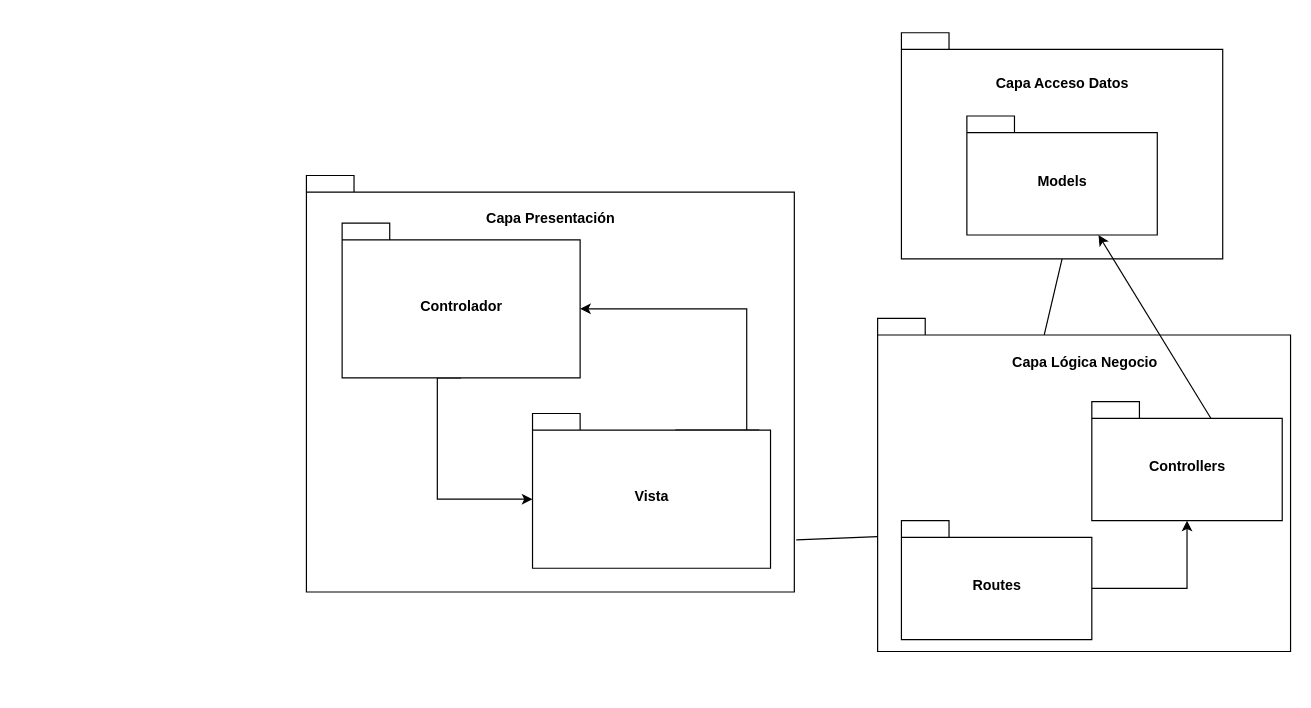
This is Diagrams and Mockups/arquitectura.drawio from Jhonathan97/Proyecto_Auditoria, a draw.io file, before an edit. Source tidied: cells renumbered, new cells numbered last; positions are measured from the earlier drawing's top-left corner, leaving out a move shared by most shapes. Both pictures are drawn from the tidied source at 119%, with x=0, y=0 at pixel (306, 32).
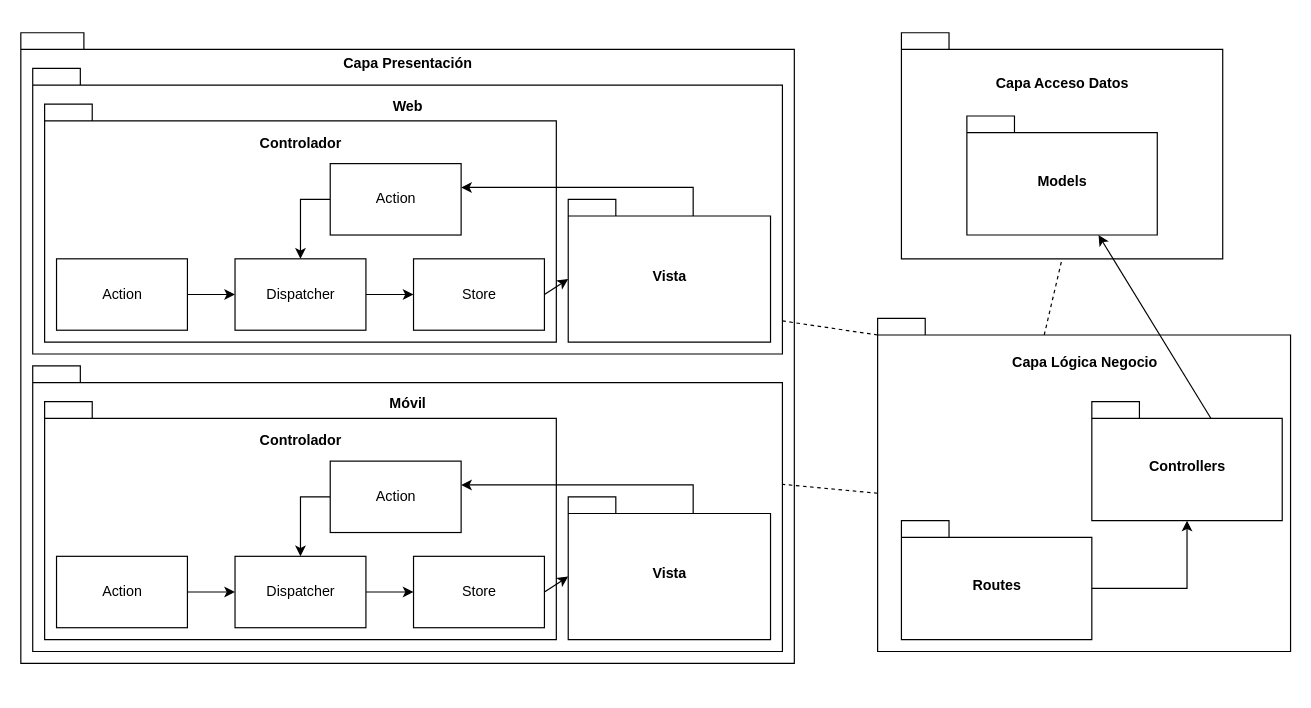
After the change.

The change refers to these unchanged cells:
```xml
<mxCell id="4" value="Capa Lógica Negocio&lt;br&gt;&lt;br&gt;&lt;br&gt;&lt;br&gt;&lt;br&gt;&lt;br&gt;&lt;br&gt;&lt;br&gt;&lt;br&gt;&lt;br&gt;&lt;br&gt;&lt;br&gt;&lt;br&gt;&lt;br&gt;&lt;br&gt;&lt;br&gt;" style="shape=folder;fontStyle=1;spacingTop=10;tabWidth=40;tabHeight=14;tabPosition=left;html=1;" parent="1" vertex="1">
  <mxGeometry x="480" y="240" width="347" height="280" as="geometry" />
</mxCell>
<mxCell id="6" value="&lt;div&gt;&lt;span&gt;Capa Acceso Datos&lt;/span&gt;&lt;/div&gt;&lt;div&gt;&lt;span&gt;&lt;br&gt;&lt;/span&gt;&lt;/div&gt;&lt;div&gt;&lt;span&gt;&lt;br&gt;&lt;/span&gt;&lt;/div&gt;&lt;div&gt;&lt;span&gt;&lt;br&gt;&lt;/span&gt;&lt;/div&gt;&lt;div&gt;&lt;span&gt;&lt;br&gt;&lt;/span&gt;&lt;/div&gt;&lt;div&gt;&lt;span&gt;&lt;br&gt;&lt;/span&gt;&lt;/div&gt;&lt;div&gt;&lt;span&gt;&lt;br&gt;&lt;/span&gt;&lt;/div&gt;&lt;div&gt;&lt;span&gt;&lt;br&gt;&lt;/span&gt;&lt;/div&gt;&lt;div&gt;&lt;span&gt;&lt;br&gt;&lt;/span&gt;&lt;/div&gt;" style="shape=folder;fontStyle=1;spacingTop=10;tabWidth=40;tabHeight=14;tabPosition=left;html=1;align=center;" parent="1" vertex="1">
  <mxGeometry x="500" width="270" height="190" as="geometry" />
</mxCell>
```

Change to the diagram source:
```diff
@@
+    <mxCell id="5" value="&lt;br&gt;&lt;br&gt;Capa Presentación&lt;br&gt;&lt;br&gt;&lt;br&gt;&lt;br&gt;&lt;br&gt;&lt;br&gt;&lt;br&gt;&lt;br&gt;&lt;br&gt;&lt;br&gt;&lt;br&gt;&lt;br&gt;&lt;br&gt;&lt;br&gt;&lt;br&gt;&lt;br&gt;&lt;br&gt;&lt;br&gt;&lt;br&gt;&lt;br&gt;&lt;br&gt;&lt;br&gt;&lt;br&gt;&lt;br&gt;&lt;br&gt;&lt;br&gt;&lt;br&gt;&lt;br&gt;&lt;br&gt;&lt;br&gt;&lt;br&gt;&lt;br&gt;&lt;br&gt;&lt;br&gt;&lt;br&gt;&lt;br&gt;&lt;br&gt;" style="shape=folder;fontStyle=1;spacingTop=10;tabWidth=40;tabHeight=14;tabPosition=left;html=1;" parent="1" vertex="1">
+      <mxGeometry x="-240" width="650" height="530" as="geometry" />
+    </mxCell>
-    <mxCell id="2" style="rounded=0;jettySize=auto;html=1;exitX=0;exitY=0;exitDx=140;exitDy=14;exitPerimeter=0;entryX=0.5;entryY=1;entryDx=0;entryDy=0;entryPerimeter=0;endArrow=none;endFill=0;" parent="1" edge="1" source="4" target="6">
+    <mxCell id="2" style="rounded=0;jettySize=auto;html=1;exitX=0;exitY=0;exitDx=140;exitDy=14;exitPerimeter=0;entryX=0.5;entryY=1;entryDx=0;entryDy=0;entryPerimeter=0;endArrow=none;endFill=0;dashed=1;" parent="1" edge="1" source="4" target="6">
       <mxGeometry relative="1" as="geometry" />
     </mxCell>
-    <mxCell id="3" style="edgeStyle=none;rounded=0;jettySize=auto;html=1;exitX=0;exitY=0;exitDx=0;exitDy=183.5;exitPerimeter=0;entryX=1.004;entryY=0.875;entryDx=0;entryDy=0;entryPerimeter=0;endArrow=none;endFill=0;" parent="1" edge="1" source="4" target="5">
-      <mxGeometry relative="1" as="geometry" />
-    </mxCell>
+    <mxCell id="16" style="edgeStyle=none;rounded=0;jettySize=auto;html=1;exitX=0;exitY=0;exitDx=0;exitDy=147;exitPerimeter=0;entryX=0;entryY=0;entryDx=295;entryDy=68;entryPerimeter=0;dashed=1;endArrow=none;endFill=0;" parent="1" edge="1" source="4" target="19">
+      <mxGeometry relative="1" as="geometry" />
+    </mxCell>
+    <mxCell id="17" style="edgeStyle=none;rounded=0;jettySize=auto;html=1;exitX=0;exitY=0;exitDx=0;exitDy=14;exitPerimeter=0;entryX=0;entryY=0;entryDx=385;entryDy=176;entryPerimeter=0;dashed=1;endArrow=none;endFill=0;" parent="1" edge="1" source="4" target="18">
+      <mxGeometry relative="1" as="geometry" />
+    </mxCell>
@@
-    <mxCell id="5" value="&lt;br&gt;&lt;br&gt;Capa Presentación&lt;br&gt;&lt;br&gt;&lt;br&gt;&lt;br&gt;&lt;br&gt;&lt;br&gt;&lt;br&gt;&lt;br&gt;&lt;br&gt;&lt;br&gt;&lt;br&gt;&lt;br&gt;&lt;br&gt;&lt;br&gt;&lt;br&gt;&lt;br&gt;&lt;br&gt;&lt;br&gt;&lt;br&gt;&lt;br&gt;&lt;br&gt;&lt;br&gt;&lt;br&gt;" style="shape=folder;fontStyle=1;spacingTop=10;tabWidth=40;tabHeight=14;tabPosition=left;html=1;" parent="1" vertex="1">
-      <mxGeometry y="120" width="410" height="350" as="geometry" />
-    </mxCell>
@@
-    <mxCell id="7" style="edgeStyle=orthogonalEdgeStyle;rounded=0;jettySize=auto;html=1;exitX=0;exitY=0;exitDx=120;exitDy=14;exitPerimeter=0;entryX=0;entryY=0;entryDx=200;entryDy=72;entryPerimeter=0;endArrow=classic;endFill=1;startArrow=none;startFill=0;" parent="1" edge="1" source="8" target="10">
-      <mxGeometry relative="1" as="geometry">
-        <Array as="points">
-          <mxPoint x="380" y="344" />
-          <mxPoint x="370" y="344" />
-          <mxPoint x="370" y="232" />
-        </Array>
-      </mxGeometry>
-    </mxCell>
-    <mxCell id="8" value="Vista" style="shape=folder;fontStyle=1;spacingTop=10;tabWidth=40;tabHeight=14;tabPosition=left;html=1;" parent="1" vertex="1">
-      <mxGeometry x="190" y="320" width="200" height="130" as="geometry" />
-    </mxCell>
-    <mxCell id="9" style="edgeStyle=orthogonalEdgeStyle;rounded=0;jettySize=auto;html=1;exitX=0.5;exitY=1;exitDx=0;exitDy=0;exitPerimeter=0;entryX=0;entryY=0;entryDx=0;entryDy=72;entryPerimeter=0;endArrow=classic;endFill=1;startArrow=none;startFill=0;" parent="1" edge="1" source="10" target="8">
-      <mxGeometry relative="1" as="geometry">
-        <Array as="points">
-          <mxPoint x="110" y="290" />
-          <mxPoint x="110" y="392" />
-        </Array>
-      </mxGeometry>
-    </mxCell>
-    <mxCell id="10" value="Controlador" style="shape=folder;fontStyle=1;spacingTop=10;tabWidth=40;tabHeight=14;tabPosition=left;html=1;" parent="1" vertex="1">
-      <mxGeometry x="30" y="160" width="200" height="130" as="geometry" />
-    </mxCell>
@@
+    <mxCell id="18" value="Web&lt;br&gt;&lt;br&gt;&lt;br&gt;&lt;br&gt;&lt;br&gt;&lt;br&gt;&lt;br&gt;&lt;br&gt;&lt;br&gt;&lt;br&gt;&lt;br&gt;&lt;br&gt;&lt;br&gt;&lt;br&gt;" style="shape=folder;fontStyle=1;spacingTop=10;tabWidth=40;tabHeight=14;tabPosition=left;html=1;" parent="1" vertex="1">
+      <mxGeometry x="-230" y="30" width="630" height="240" as="geometry" />
+    </mxCell>
+    <mxCell id="19" value="Móvil&lt;br&gt;&lt;br&gt;&lt;br&gt;&lt;br&gt;&lt;br&gt;&lt;br&gt;&lt;br&gt;&lt;br&gt;&lt;br&gt;&lt;br&gt;&lt;br&gt;&lt;br&gt;&lt;br&gt;&lt;br&gt;" style="shape=folder;fontStyle=1;spacingTop=10;tabWidth=40;tabHeight=14;tabPosition=left;html=1;" parent="1" vertex="1">
+      <mxGeometry x="-230" y="280" width="630" height="240" as="geometry" />
+    </mxCell>
+    <mxCell id="10" value="Controlador&lt;br&gt;&lt;br&gt;&lt;br&gt;&lt;br&gt;&lt;br&gt;&lt;br&gt;&lt;br&gt;&lt;br&gt;&lt;br&gt;&lt;br&gt;&lt;br&gt;" style="shape=folder;fontStyle=1;spacingTop=10;tabWidth=40;tabHeight=14;tabPosition=left;html=1;" parent="1" vertex="1">
+      <mxGeometry x="-220" y="310" width="430" height="200" as="geometry" />
+    </mxCell>
+    <mxCell id="20" style="edgeStyle=orthogonalEdgeStyle;rounded=0;jettySize=auto;html=1;exitX=0;exitY=0;exitDx=105;exitDy=14;exitPerimeter=0;startArrow=none;startFill=0;endArrow=classic;endFill=1;" parent="1" edge="1" source="8" target="28">
+      <mxGeometry relative="1" as="geometry">
+        <Array as="points">
+          <mxPoint x="325" y="380" />
+        </Array>
+      </mxGeometry>
+    </mxCell>
+    <mxCell id="8" value="Vista" style="shape=folder;fontStyle=1;spacingTop=10;tabWidth=40;tabHeight=14;tabPosition=left;html=1;" parent="1" vertex="1">
+      <mxGeometry x="220" y="390" width="170" height="120" as="geometry" />
+    </mxCell>
+    <mxCell id="21" style="edgeStyle=none;rounded=0;jettySize=auto;html=1;exitX=1;exitY=0.5;exitDx=0;exitDy=0;endArrow=classic;endFill=1;startArrow=none;startFill=0;" parent="1" edge="1" source="22" target="24">
+      <mxGeometry relative="1" as="geometry" />
+    </mxCell>
+    <mxCell id="22" value="Action" style="html=1;" parent="1" vertex="1">
+      <mxGeometry x="-210" y="440" width="110" height="60" as="geometry" />
+    </mxCell>
+    <mxCell id="23" style="edgeStyle=none;rounded=0;jettySize=auto;html=1;exitX=1;exitY=0.5;exitDx=0;exitDy=0;entryX=0;entryY=0.5;entryDx=0;entryDy=0;startArrow=none;startFill=0;endArrow=classic;endFill=1;" parent="1" edge="1" source="24" target="26">
+      <mxGeometry relative="1" as="geometry" />
+    </mxCell>
+    <mxCell id="24" value="Dispatcher" style="html=1;" parent="1" vertex="1">
+      <mxGeometry x="-60" y="440" width="110" height="60" as="geometry" />
+    </mxCell>
+    <mxCell id="25" style="edgeStyle=none;rounded=0;jettySize=auto;html=1;exitX=1;exitY=0.5;exitDx=0;exitDy=0;entryX=0;entryY=0;entryDx=0;entryDy=67;entryPerimeter=0;startArrow=none;startFill=0;endArrow=classic;endFill=1;" parent="1" edge="1" source="26" target="8">
+      <mxGeometry relative="1" as="geometry" />
+    </mxCell>
+    <mxCell id="26" value="Store" style="html=1;" parent="1" vertex="1">
+      <mxGeometry x="90" y="440" width="110" height="60" as="geometry" />
+    </mxCell>
+    <mxCell id="27" style="edgeStyle=orthogonalEdgeStyle;rounded=0;jettySize=auto;html=1;exitX=0;exitY=0.5;exitDx=0;exitDy=0;startArrow=none;startFill=0;endArrow=classic;endFill=1;" parent="1" edge="1" source="28" target="24">
+      <mxGeometry relative="1" as="geometry" />
+    </mxCell>
+    <mxCell id="28" value="Action" style="html=1;" parent="1" vertex="1">
+      <mxGeometry x="20" y="360" width="110" height="60" as="geometry" />
+    </mxCell>
+    <mxCell id="29" value="Controlador&lt;br&gt;&lt;br&gt;&lt;br&gt;&lt;br&gt;&lt;br&gt;&lt;br&gt;&lt;br&gt;&lt;br&gt;&lt;br&gt;&lt;br&gt;&lt;br&gt;" style="shape=folder;fontStyle=1;spacingTop=10;tabWidth=40;tabHeight=14;tabPosition=left;html=1;" parent="1" vertex="1">
+      <mxGeometry x="-220" y="60" width="430" height="200" as="geometry" />
+    </mxCell>
+    <mxCell id="30" style="edgeStyle=orthogonalEdgeStyle;rounded=0;jettySize=auto;html=1;exitX=0;exitY=0;exitDx=105;exitDy=14;exitPerimeter=0;startArrow=none;startFill=0;endArrow=classic;endFill=1;" parent="1" edge="1" source="31" target="39">
+      <mxGeometry relative="1" as="geometry">
+        <Array as="points">
+          <mxPoint x="325" y="130" />
+        </Array>
+      </mxGeometry>
+    </mxCell>
+    <mxCell id="31" value="Vista" style="shape=folder;fontStyle=1;spacingTop=10;tabWidth=40;tabHeight=14;tabPosition=left;html=1;" parent="1" vertex="1">
+      <mxGeometry x="220" y="140" width="170" height="120" as="geometry" />
+    </mxCell>
+    <mxCell id="32" style="edgeStyle=none;rounded=0;jettySize=auto;html=1;exitX=1;exitY=0.5;exitDx=0;exitDy=0;endArrow=classic;endFill=1;startArrow=none;startFill=0;" parent="1" edge="1" source="33" target="35">
+      <mxGeometry relative="1" as="geometry" />
+    </mxCell>
+    <mxCell id="33" value="Action" style="html=1;" parent="1" vertex="1">
+      <mxGeometry x="-210" y="190" width="110" height="60" as="geometry" />
+    </mxCell>
+    <mxCell id="34" style="edgeStyle=none;rounded=0;jettySize=auto;html=1;exitX=1;exitY=0.5;exitDx=0;exitDy=0;entryX=0;entryY=0.5;entryDx=0;entryDy=0;startArrow=none;startFill=0;endArrow=classic;endFill=1;" parent="1" edge="1" source="35" target="37">
+      <mxGeometry relative="1" as="geometry" />
+    </mxCell>
+    <mxCell id="35" value="Dispatcher" style="html=1;" parent="1" vertex="1">
+      <mxGeometry x="-60" y="190" width="110" height="60" as="geometry" />
+    </mxCell>
+    <mxCell id="36" style="edgeStyle=none;rounded=0;jettySize=auto;html=1;exitX=1;exitY=0.5;exitDx=0;exitDy=0;entryX=0;entryY=0;entryDx=0;entryDy=67;entryPerimeter=0;startArrow=none;startFill=0;endArrow=classic;endFill=1;" parent="1" edge="1" source="37" target="31">
+      <mxGeometry relative="1" as="geometry" />
+    </mxCell>
+    <mxCell id="37" value="Store" style="html=1;" parent="1" vertex="1">
+      <mxGeometry x="90" y="190" width="110" height="60" as="geometry" />
+    </mxCell>
+    <mxCell id="38" style="edgeStyle=orthogonalEdgeStyle;rounded=0;jettySize=auto;html=1;exitX=0;exitY=0.5;exitDx=0;exitDy=0;startArrow=none;startFill=0;endArrow=classic;endFill=1;" parent="1" edge="1" source="39" target="35">
+      <mxGeometry relative="1" as="geometry" />
+    </mxCell>
+    <mxCell id="39" value="Action" style="html=1;" parent="1" vertex="1">
+      <mxGeometry x="20" y="110" width="110" height="60" as="geometry" />
+    </mxCell>
```
